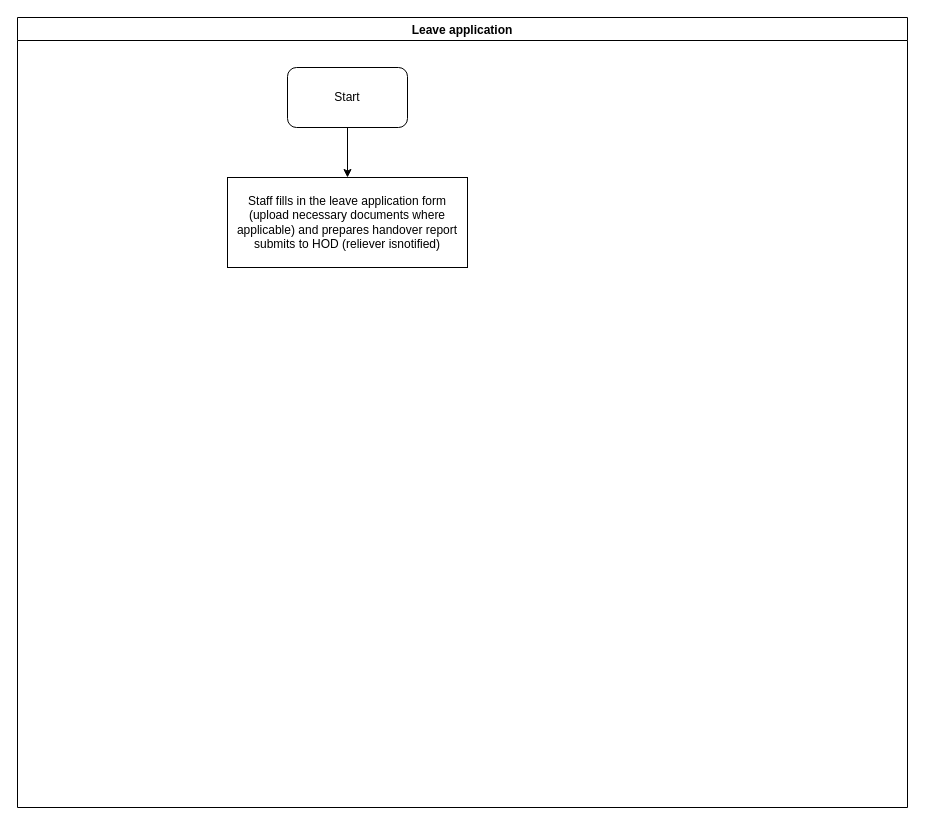
The draw.io diagram TPF - HR - Leave application.drawio in kmagua/flowcharts, before the edit. Source tidied: cells renumbered, new cells numbered last; positions are measured from the earlier drawing's top-left corner, leaving out a move shared by most shapes. Both pictures are drawn from the tidied source at 100%, with x=0, y=0 at pixel (17, 17).
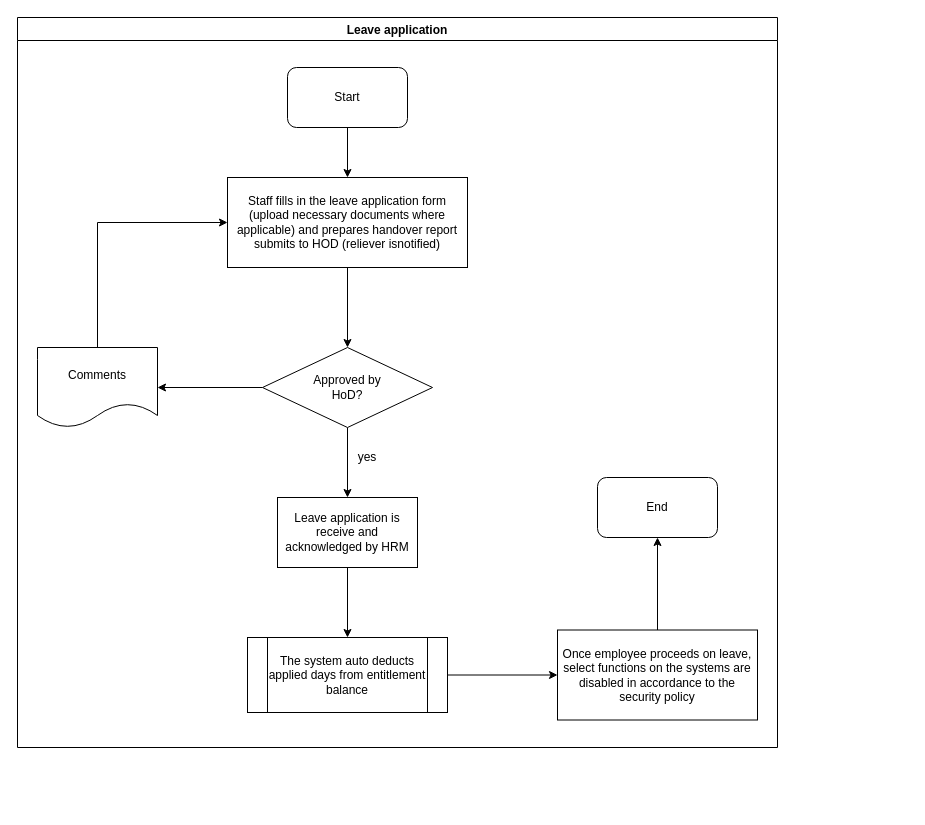
The same diagram, later.

The change refers to these unchanged cells:
```xml
<mxCell id="4" value="&lt;span lang=&quot;EN-GB&quot;&gt;Staff fills in the leave application form (upload necessary documents where applicable) and prepares handover report submits to HOD (reliever isnotified)&lt;/span&gt;" style="rounded=0;whiteSpace=wrap;html=1;" parent="2" vertex="1">
  <mxGeometry x="210" y="160" width="240" height="90" as="geometry" />
</mxCell>
```

The edit, as a diff of the source:
```diff
@@
     <mxCell id="2" value="Leave application" style="swimlane;" parent="1" vertex="1">
-      <mxGeometry width="890" height="790" as="geometry" />
+      <mxGeometry width="760" height="730" as="geometry" />
     </mxCell>
@@
+    <mxCell id="6" style="edgeStyle=orthogonalEdgeStyle;rounded=0;jettySize=auto;html=1;" parent="2" edge="1" source="8" target="11">
+      <mxGeometry relative="1" as="geometry" />
+    </mxCell>
+    <mxCell id="7" style="edgeStyle=orthogonalEdgeStyle;rounded=0;jettySize=auto;html=1;" parent="2" edge="1" source="8" target="13">
+      <mxGeometry relative="1" as="geometry" />
+    </mxCell>
+    <mxCell id="8" value="&lt;div&gt;Approved by &lt;br&gt;&lt;/div&gt;&lt;div&gt;HoD?&lt;/div&gt;" style="rhombus;whiteSpace=wrap;html=1;" parent="2" vertex="1">
+      <mxGeometry x="245" y="330" width="170" height="80" as="geometry" />
+    </mxCell>
+    <mxCell id="9" style="edgeStyle=orthogonalEdgeStyle;rounded=0;jettySize=auto;html=1;" parent="2" edge="1" source="4" target="8">
+      <mxGeometry relative="1" as="geometry" />
+    </mxCell>
+    <mxCell id="10" style="edgeStyle=orthogonalEdgeStyle;rounded=0;jettySize=auto;html=1;" parent="2" edge="1" source="11" target="15">
+      <mxGeometry relative="1" as="geometry" />
+    </mxCell>
+    <mxCell id="11" value="Leave application is receive and acknowledged by HRM" style="whiteSpace=wrap;html=1;" parent="2" vertex="1">
+      <mxGeometry x="260" y="480" width="140" height="70" as="geometry" />
+    </mxCell>
+    <mxCell id="12" style="edgeStyle=orthogonalEdgeStyle;rounded=0;jettySize=auto;html=1;entryX=0;entryY=0.5;entryDx=0;entryDy=0;" parent="2" edge="1" source="13" target="4">
+      <mxGeometry relative="1" as="geometry">
+        <Array as="points">
+          <mxPoint x="80" y="205" />
+        </Array>
+      </mxGeometry>
+    </mxCell>
+    <mxCell id="13" value="Comments" style="shape=document;whiteSpace=wrap;html=1;boundedLbl=1;" parent="2" vertex="1">
+      <mxGeometry x="20" y="330" width="120" height="80" as="geometry" />
+    </mxCell>
+    <mxCell id="14" style="edgeStyle=orthogonalEdgeStyle;rounded=0;jettySize=auto;html=1;" parent="2" edge="1" source="15" target="17">
+      <mxGeometry relative="1" as="geometry" />
+    </mxCell>
+    <mxCell id="15" value="&lt;span lang=&quot;EN-GB&quot;&gt;The system auto deducts applied days from entitlement balance&lt;/span&gt;" style="shape=process;whiteSpace=wrap;html=1;backgroundOutline=1;" parent="2" vertex="1">
+      <mxGeometry x="230" y="620" width="200" height="75" as="geometry" />
+    </mxCell>
+    <mxCell id="16" style="edgeStyle=orthogonalEdgeStyle;rounded=0;jettySize=auto;html=1;entryX=0.5;entryY=1;entryDx=0;entryDy=0;" parent="2" edge="1" source="17" target="18">
+      <mxGeometry relative="1" as="geometry" />
+    </mxCell>
+    <mxCell id="17" value="&lt;span lang=&quot;EN-GB&quot;&gt;Once employee proceeds on leave, select functions on the systems are disabled in accordance to the security policy&lt;/span&gt;" style="whiteSpace=wrap;html=1;" parent="2" vertex="1">
+      <mxGeometry x="540" y="612.5" width="200" height="90" as="geometry" />
+    </mxCell>
+    <mxCell id="18" value="End" style="rounded=1;whiteSpace=wrap;html=1;" parent="2" vertex="1">
+      <mxGeometry x="580" y="460" width="120" height="60" as="geometry" />
+    </mxCell>
+    <mxCell id="19" value="yes" style="text;html=1;strokeColor=none;fillColor=none;align=center;verticalAlign=middle;whiteSpace=wrap;rounded=0;" parent="1" vertex="1">
+      <mxGeometry x="330" y="430" width="40" height="20" as="geometry" />
+    </mxCell>
```
